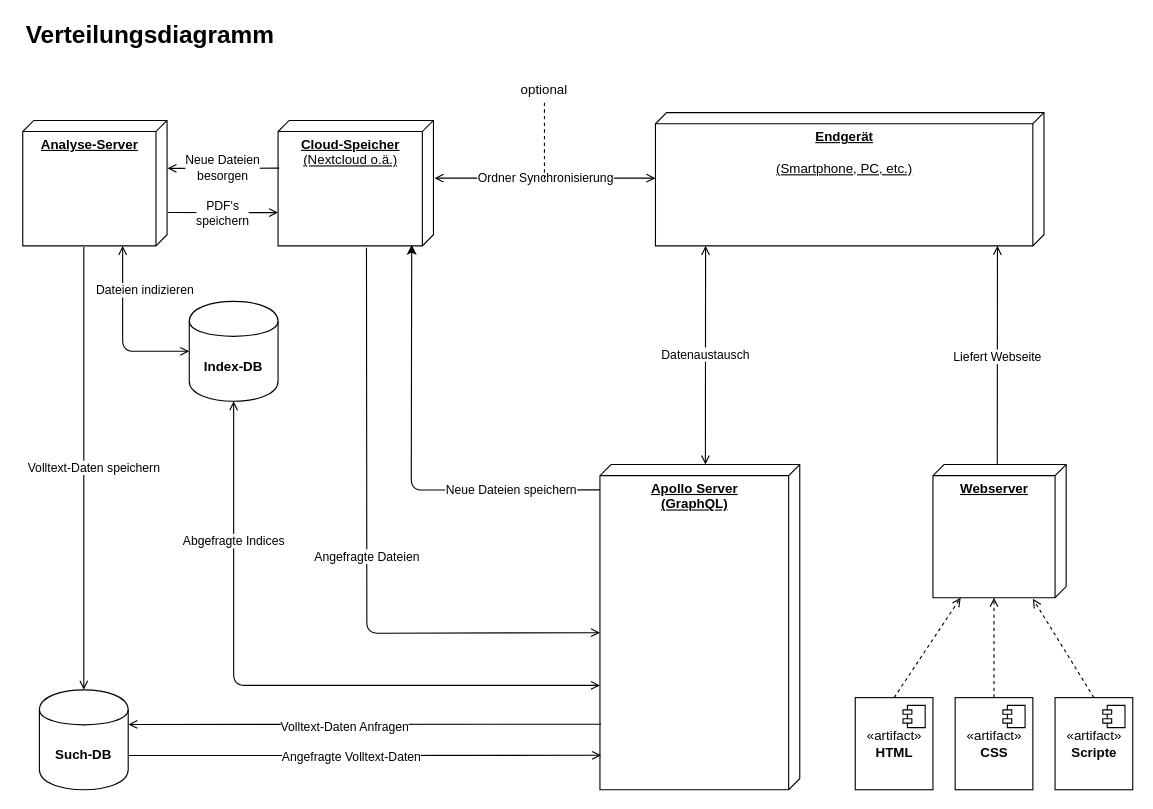
doc-ver/Doku keeps this draw.io diagram as page "Verteilungsdiagramm" (1 of 3) of docs/Overview/resources/Diagramme/doc-ver_Diagramme.drawio. Above is the earlier version. Source tidied: cells renumbered, new cells numbered last; positions are measured from the earlier drawing's top-left corner, leaving out a move shared by most shapes. Both pictures are drawn from the tidied source at 111%, with x=0, y=0 at pixel (22, 19).
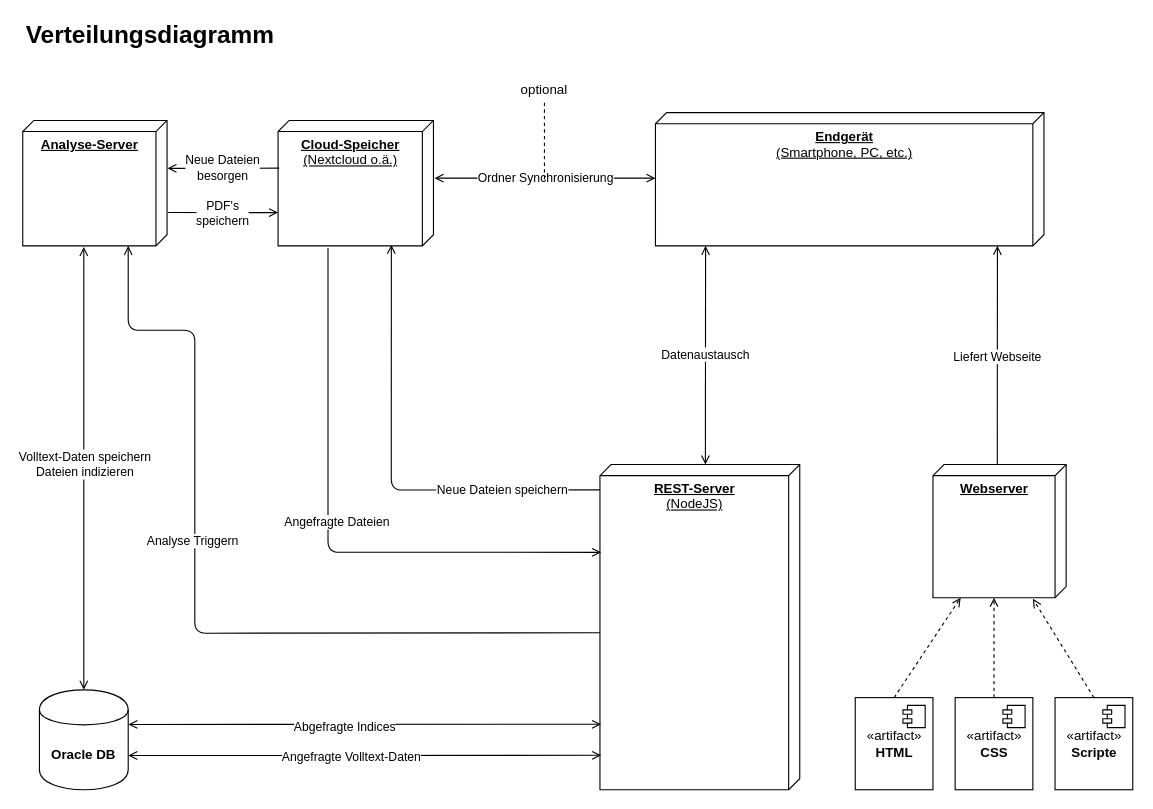
After the change.

The edit, as a diff of the source:
```diff
@@
-    <mxCell id="2" value="&lt;b&gt;Endgerät&lt;/b&gt;&lt;br&gt;&lt;br&gt;&lt;div&gt;(Smartphone, PC, etc.)&lt;/div&gt;" style="verticalAlign=top;align=center;spacingTop=8;spacingLeft=2;spacingRight=12;shape=cube;size=10;direction=south;fontStyle=4;html=1;" parent="1" vertex="1">
+    <mxCell id="2" value="&lt;b&gt;Endgerät&lt;/b&gt;&lt;br&gt;&lt;div&gt;(Smartphone, PC, etc.)&lt;/div&gt;" style="verticalAlign=top;align=center;spacingTop=8;spacingLeft=2;spacingRight=12;shape=cube;size=10;direction=south;fontStyle=4;html=1;" parent="1" vertex="1">
       <mxGeometry x="570" y="84" width="350" height="120" as="geometry" />
     </mxCell>
@@
-    <mxCell id="14" value="&lt;b&gt;Apollo Server&lt;br&gt;(GraphQL)&lt;br&gt;&lt;/b&gt;" style="verticalAlign=top;align=center;spacingTop=8;spacingLeft=2;spacingRight=12;shape=cube;size=10;direction=south;fontStyle=4;html=1;" parent="1" vertex="1">
+    <mxCell id="14" value="&lt;div&gt;&lt;b&gt;REST-Server&lt;/b&gt;&lt;/div&gt;&lt;div&gt;(NodeJS)&lt;b&gt;&lt;br&gt;&lt;/b&gt;&lt;/div&gt;" style="verticalAlign=top;align=center;spacingTop=8;spacingLeft=2;spacingRight=12;shape=cube;size=10;direction=south;fontStyle=4;html=1;" parent="1" vertex="1">
       <mxGeometry x="520" y="401" width="180" height="293" as="geometry" />
     </mxCell>
@@
-    <mxCell id="17" value="&lt;b&gt;Such-DB&lt;/b&gt;" style="shape=cylinder;whiteSpace=wrap;html=1;boundedLbl=1;backgroundOutline=1;" parent="1" vertex="1">
+    <mxCell id="17" value="&lt;b&gt;Oracle DB&lt;/b&gt;" style="shape=cylinder;whiteSpace=wrap;html=1;boundedLbl=1;backgroundOutline=1;" parent="1" vertex="1">
       <mxGeometry x="15" y="604" width="80" height="90" as="geometry" />
     </mxCell>
-    <mxCell id="18" style="endArrow=open;html=1;strokeColor=#000000;endFill=0;entryX=0.894;entryY=0.994;entryDx=0;entryDy=0;entryPerimeter=0;exitX=1.002;exitY=0.657;exitDx=0;exitDy=0;exitPerimeter=0;" parent="1" edge="1" source="17" target="14">
+    <mxCell id="18" style="endArrow=open;html=1;strokeColor=#000000;endFill=0;entryX=0.894;entryY=0.994;entryDx=0;entryDy=0;entryPerimeter=0;exitX=1.002;exitY=0.657;exitDx=0;exitDy=0;exitPerimeter=0;startArrow=open;startFill=0;" parent="1" edge="1" source="17" target="14">
       <mxGeometry relative="1" as="geometry" />
     </mxCell>
@@
-    <mxCell id="20" style="endArrow=classic;html=1;strokeColor=#000000;entryX=0.992;entryY=0.14;entryDx=0;entryDy=0;entryPerimeter=0;exitX=0.078;exitY=1;exitDx=0;exitDy=0;exitPerimeter=0;" parent="1" edge="1" source="14" target="23">
+    <mxCell id="20" style="endArrow=open;html=1;strokeColor=#000000;exitX=0.078;exitY=1;exitDx=0;exitDy=0;exitPerimeter=0;endFill=0;entryX=0.991;entryY=0.271;entryDx=0;entryDy=0;entryPerimeter=0;" parent="1" edge="1" source="14" target="23">
       <mxGeometry relative="1" as="geometry">
         <Array as="points">
-          <mxPoint x="350" y="424" />
+          <mxPoint x="332" y="424" />
         </Array>
       </mxGeometry>
     </mxCell>
@@
-    <mxCell id="23" value="&lt;b&gt;Cloud-Speicher&lt;/b&gt;&lt;br&gt;(Nextcloud o.ä.)" style="verticalAlign=top;align=center;spacingTop=8;spacingLeft=2;spacingRight=12;shape=cube;size=10;direction=south;fontStyle=4;html=1;" parent="1" vertex="1">
+    <mxCell id="23" value="&lt;div&gt;&lt;b&gt;Cloud-Speicher&lt;/b&gt;&lt;/div&gt;(Nextcloud o.ä.)" style="verticalAlign=top;align=center;spacingTop=8;spacingLeft=2;spacingRight=12;shape=cube;size=10;direction=south;fontStyle=4;html=1;" parent="1" vertex="1">
       <mxGeometry x="230" y="91" width="140" height="113" as="geometry" />
     </mxCell>
-    <mxCell id="24" value="&lt;b&gt;Index-DB&lt;/b&gt;" style="shape=cylinder;whiteSpace=wrap;html=1;boundedLbl=1;backgroundOutline=1;" parent="1" vertex="1">
-      <mxGeometry x="150" y="254" width="80" height="90" as="geometry" />
-    </mxCell>
@@
-    <mxCell id="28" style="endArrow=open;html=1;strokeColor=#000000;endFill=0;entryX=1.002;entryY=0.346;entryDx=0;entryDy=0;entryPerimeter=0;" parent="1" edge="1" target="17">
+    <mxCell id="28" style="endArrow=open;html=1;strokeColor=#000000;endFill=0;entryX=1.002;entryY=0.346;entryDx=0;entryDy=0;entryPerimeter=0;startArrow=open;startFill=0;" parent="1" edge="1" target="17">
       <mxGeometry relative="1" as="geometry">
         <mxPoint x="521" y="635" as="sourcePoint" />
       </mxGeometry>
     </mxCell>
-    <mxCell id="29" value="Volltext-Daten Anfragen" style="edgeLabel;html=1;align=center;verticalAlign=middle;" parent="28" vertex="1">
+    <mxCell id="29" value="Abgefragte Indices" style="edgeLabel;html=1;align=center;verticalAlign=middle;" parent="28" vertex="1">
       <mxGeometry x="0.09" y="2" relative="1" as="geometry" />
     </mxCell>
@@
-    <mxCell id="34" value="Dateien indizieren" style="endArrow=open;startArrow=open;html=1;strokeColor=#000000;exitX=0;exitY=0.5;exitDx=0;exitDy=0;startFill=0;endFill=0;" parent="1" edge="1" source="24">
-      <mxGeometry x="0.48" y="-20" relative="1" as="geometry">
-        <mxPoint x="90" y="204" as="targetPoint" />
-        <Array as="points">
-          <mxPoint x="90" y="299" />
-        </Array>
-      </mxGeometry>
-    </mxCell>
-    <mxCell id="35" style="endArrow=open;html=1;strokeColor=#000000;endFill=0;entryX=0.5;entryY=0;entryDx=0;entryDy=0;" parent="1" edge="1" target="17">
+    <mxCell id="35" style="endArrow=open;html=1;strokeColor=#000000;endFill=0;entryX=0.5;entryY=0;entryDx=0;entryDy=0;startArrow=open;startFill=0;" parent="1" edge="1" target="17">
       <mxGeometry relative="1" as="geometry">
         <mxPoint x="55" y="205" as="sourcePoint" />
       </mxGeometry>
     </mxCell>
-    <mxCell id="36" value="Volltext-Daten speichern" style="edgeLabel;html=1;align=center;verticalAlign=middle;" parent="35" vertex="1">
+    <mxCell id="36" value="&lt;div&gt;Volltext-Daten speichern&lt;/div&gt;Dateien indizieren" style="edgeLabel;html=1;align=center;verticalAlign=middle;" parent="35" vertex="1">
       <mxGeometry x="0.09" y="2" relative="1" as="geometry">
-        <mxPoint x="6.1" y="-18.5" as="offset" />
+        <mxPoint x="-2" y="-22" as="offset" />
       </mxGeometry>
     </mxCell>
-    <mxCell id="37" style="endArrow=open;html=1;strokeColor=#000000;endFill=0;entryX=0;entryY=0;entryDx=151.5;entryDy=180;entryPerimeter=0;exitX=1.015;exitY=0.431;exitDx=0;exitDy=0;exitPerimeter=0;" parent="1" edge="1" source="23" target="14">
+    <mxCell id="37" style="endArrow=open;html=1;strokeColor=#000000;endFill=0;entryX=0.27;entryY=0.994;entryDx=0;entryDy=0;entryPerimeter=0;" parent="1" edge="1" target="14">
       <mxGeometry relative="1" as="geometry">
+        <mxPoint x="275" y="206" as="sourcePoint" />
         <Array as="points">
-          <mxPoint x="310" y="553" />
+          <mxPoint x="275" y="480" />
         </Array>
       </mxGeometry>
     </mxCell>
@@
-    <mxCell id="39" value="Abgefragte Indices" style="endArrow=open;startArrow=open;html=1;strokeColor=#000000;startFill=0;endFill=0;entryX=0.5;entryY=1;entryDx=0;entryDy=0;" parent="1" edge="1" target="24">
-      <mxGeometry x="0.57" relative="1" as="geometry">
-        <mxPoint x="520" y="600" as="sourcePoint" />
-        <Array as="points">
-          <mxPoint x="190" y="600" />
-        </Array>
-      </mxGeometry>
-    </mxCell>
+    <mxCell id="40" style="endArrow=none;html=1;strokeColor=#000000;endFill=0;entryX=0;entryY=0;entryDx=151.5;entryDy=180;entryPerimeter=0;startArrow=open;startFill=0;" parent="1" edge="1" target="14">
+      <mxGeometry relative="1" as="geometry">
+        <mxPoint x="95" y="204" as="sourcePoint" />
+        <Array as="points">
+          <mxPoint x="95" y="280" />
+          <mxPoint x="155" y="280" />
+          <mxPoint x="155" y="553" />
+        </Array>
+      </mxGeometry>
+    </mxCell>
+    <mxCell id="41" value="Analyse Triggern" style="edgeLabel;html=1;align=center;verticalAlign=middle;" parent="40" vertex="1">
+      <mxGeometry x="0.09" y="2" relative="1" as="geometry">
+        <mxPoint x="-15" y="-81" as="offset" />
+      </mxGeometry>
+    </mxCell>
```
